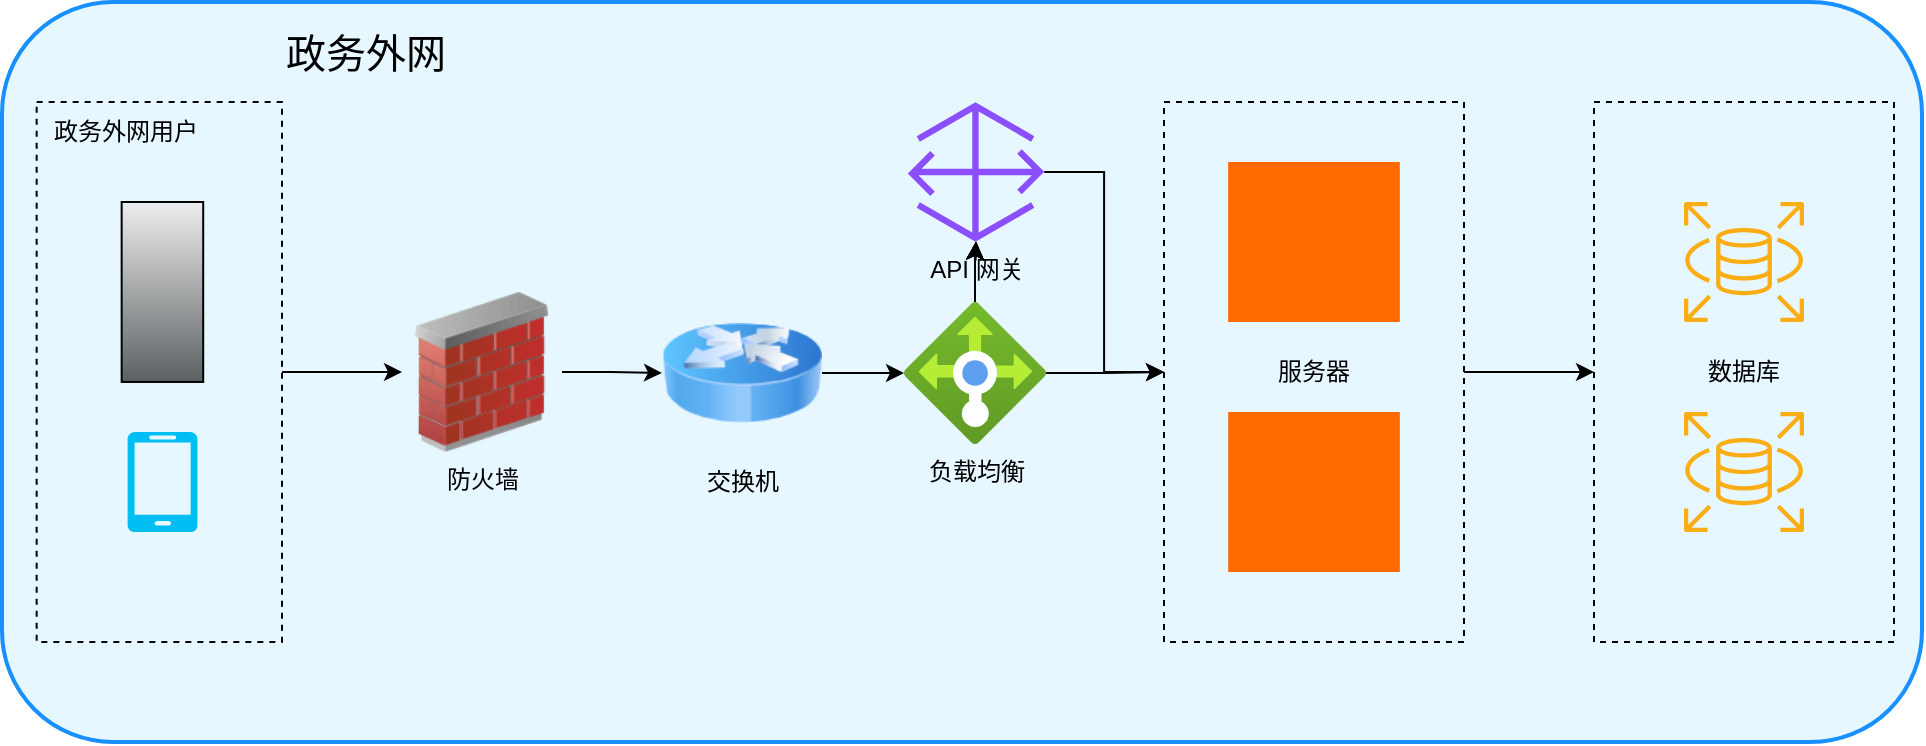
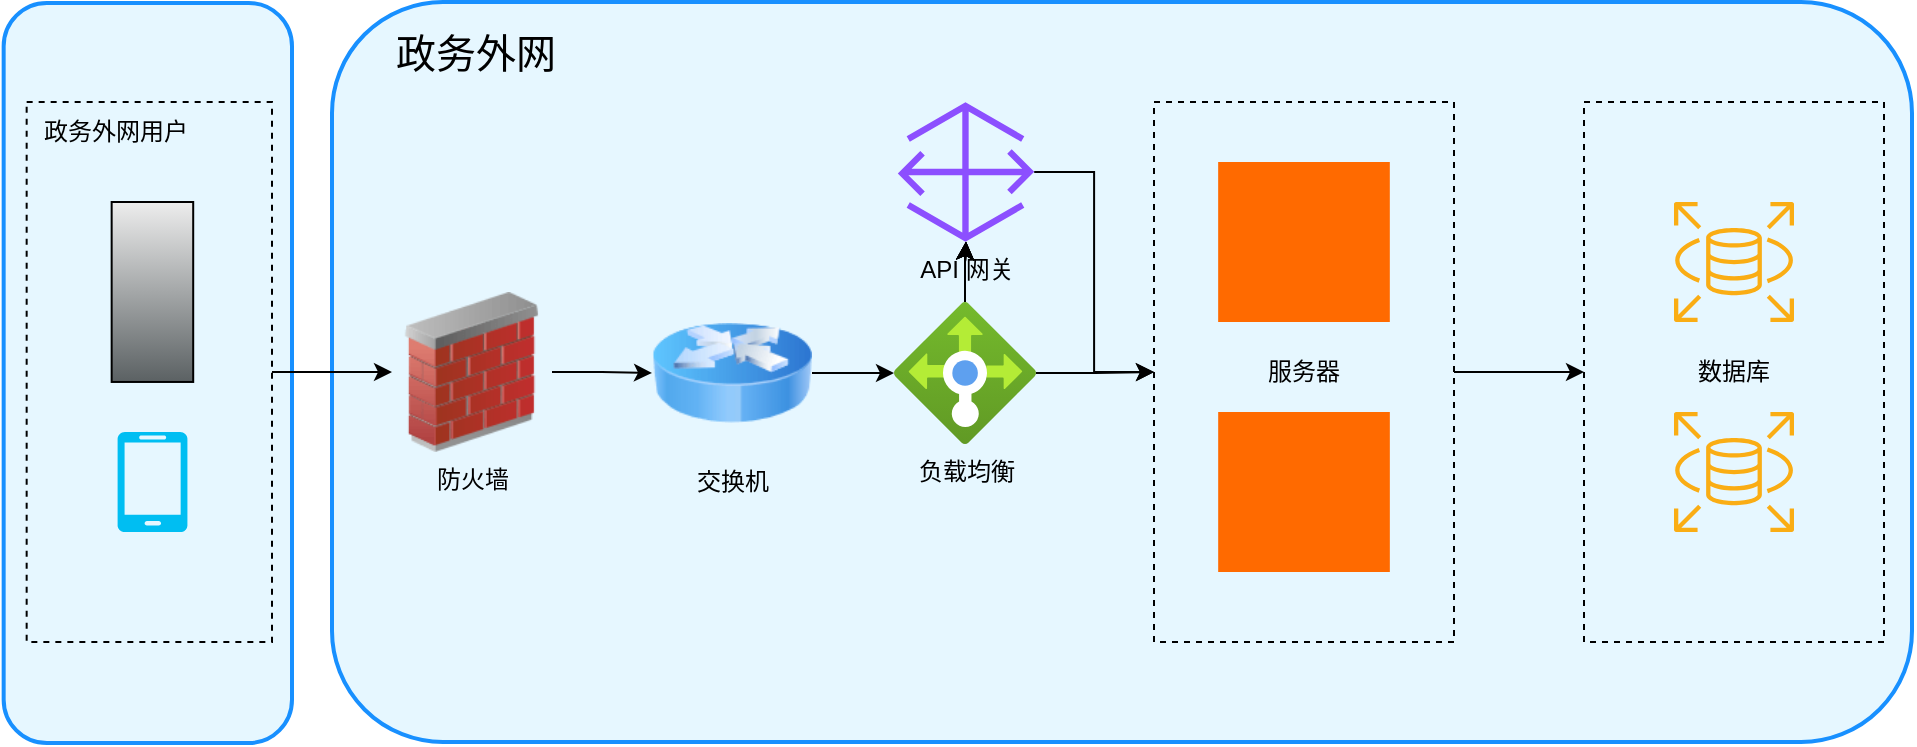
<mxfile host="app.diagrams.net">
  <diagram name="政务内网架构图" id="5ZzNL0nc71fbL6efcmwA">
-     <mxGraphModel dx="129" dy="546" grid="1" gridSize="10" guides="1" tooltips="1" connect="1" arrows="1" fold="1" page="1" pageScale="1" pageWidth="827" pageHeight="1169" math="0" shadow="0">
+     <mxGraphModel dx="129" dy="556" grid="1" gridSize="10" guides="1" tooltips="1" connect="1" arrows="1" fold="1" page="1" pageScale="1" pageWidth="827" pageHeight="1169" math="0" shadow="0">
      <root>
        <mxCell id="0" />
        <mxCell id="1" parent="0" />
+         <mxCell id="umCU5VV7zzq28CVUsTIU-33" parent="1" style="rounded=1;whiteSpace=wrap;html=1;fillColor=light-dark(#E6F7FF,#FFFFFF);strokeColor=#1890ff;strokeWidth=2;" value="" vertex="1">
+           <mxGeometry height="370" width="144.17" x="965.83" y="110.5" as="geometry" />
+         </mxCell>
        <mxCell id="umCU5VV7zzq28CVUsTIU-4" parent="1" style="rounded=1;whiteSpace=wrap;html=1;fillColor=light-dark(#E6F7FF,#FFFFFF);strokeColor=#1890ff;strokeWidth=2;" value="" vertex="1">
-           <mxGeometry height="370" width="960" x="960" y="110" as="geometry" />
+           <mxGeometry height="370" width="790" x="1130" y="110" as="geometry" />
        </mxCell>
        <mxCell id="umCU5VV7zzq28CVUsTIU-5" edge="1" parent="1" source="umCU5VV7zzq28CVUsTIU-6" style="edgeStyle=orthogonalEdgeStyle;rounded=0;orthogonalLoop=1;jettySize=auto;html=1;strokeColor=light-dark(#000000,#000000);" target="umCU5VV7zzq28CVUsTIU-7">
          <mxGeometry relative="1" as="geometry" />
        </mxCell>
        <mxCell id="umCU5VV7zzq28CVUsTIU-6" parent="1" style="rounded=0;whiteSpace=wrap;html=1;fillColor=none;strokeColor=light-dark(#000000,#000000);dashed=1;" value="&lt;font style=&quot;color: light-dark(rgb(0, 0, 0), rgb(0, 0, 0));&quot;&gt;服务器&lt;/font&gt;" vertex="1">
          <mxGeometry height="270" width="150" x="1541" y="160" as="geometry" />
        </mxCell>
        <mxCell id="umCU5VV7zzq28CVUsTIU-7" parent="1" style="rounded=0;whiteSpace=wrap;html=1;fillColor=none;strokeColor=light-dark(#000000,#000000);dashed=1;" value="&lt;font style=&quot;color: light-dark(rgb(0, 0, 0), rgb(0, 0, 0));&quot;&gt;数据库&lt;/font&gt;" vertex="1">
          <mxGeometry height="270" width="150" x="1756" y="160" as="geometry" />
        </mxCell>
        <mxCell id="umCU5VV7zzq28CVUsTIU-8" parent="1" style="shape=mxgraph.aws4.rds;html=1;strokeColor=#000000;fillColor=#faad14;" value="" vertex="1">
          <mxGeometry height="60" width="60" x="1801" y="210" as="geometry" />
        </mxCell>
        <mxCell id="umCU5VV7zzq28CVUsTIU-9" parent="1" style="shape=mxgraph.aws4.rds;html=1;strokeColor=#000000;fillColor=#faad14;" value="" vertex="1">
          <mxGeometry height="60" width="60" x="1801" y="315" as="geometry" />
        </mxCell>
        <mxCell id="umCU5VV7zzq28CVUsTIU-10" edge="1" parent="1" source="umCU5VV7zzq28CVUsTIU-11" style="edgeStyle=orthogonalEdgeStyle;rounded=0;orthogonalLoop=1;jettySize=auto;html=1;entryX=0;entryY=0.5;entryDx=0;entryDy=0;strokeColor=light-dark(#000000,#000000);" target="umCU5VV7zzq28CVUsTIU-16">
          <mxGeometry relative="1" as="geometry" />
        </mxCell>
        <mxCell id="umCU5VV7zzq28CVUsTIU-11" parent="1" style="rounded=0;whiteSpace=wrap;html=1;fillColor=none;strokeColor=light-dark(#000000,#000000);dashed=1;" value="" vertex="1">
          <mxGeometry height="270" width="122.67" x="977.3299999999999" y="160" as="geometry" />
        </mxCell>
        <mxCell id="umCU5VV7zzq28CVUsTIU-12" parent="1" style="shape=mxgraph.networks2.icon;aspect=fixed;fillColor=#EDEDED;strokeColor=#000000;gradientColor=#5B6163;network2IconShadow=1;network2bgFillColor=none;labelPosition=center;verticalLabelPosition=bottom;align=center;verticalAlign=top;network2Icon=mxgraph.networks2.desktop_pc;network2IconXOffset=-0.0034;network2IconYOffset=0.00035;network2IconW=0.453;network2IconH=0.9995;" value="" vertex="1">
          <mxGeometry height="89.98" width="40.77" x="1019.8299999999999" y="210" as="geometry" />
        </mxCell>
        <mxCell id="umCU5VV7zzq28CVUsTIU-13" parent="1" style="text;html=1;whiteSpace=wrap;strokeColor=none;fillColor=none;align=left;verticalAlign=middle;rounded=0;fontSize=20;fontColor=light-dark(#000000,#000000);" value="政务外网" vertex="1">
-           <mxGeometry height="50" width="170" x="1100" y="110" as="geometry" />
+           <mxGeometry height="50" width="170" x="1160" y="110" as="geometry" />
        </mxCell>
        <mxCell id="umCU5VV7zzq28CVUsTIU-14" parent="1" style="text;html=1;whiteSpace=wrap;strokeColor=none;fillColor=none;align=center;verticalAlign=middle;rounded=0;fontColor=light-dark(#000000,#000000);" value="政务外网用户" vertex="1">
          <mxGeometry height="30" width="90" x="977.33" y="160" as="geometry" />
        </mxCell>
        <mxCell id="umCU5VV7zzq28CVUsTIU-15" edge="1" parent="1" source="umCU5VV7zzq28CVUsTIU-16" style="edgeStyle=orthogonalEdgeStyle;rounded=0;orthogonalLoop=1;jettySize=auto;html=1;entryX=0;entryY=0.5;entryDx=0;entryDy=0;strokeColor=light-dark(#000000,#000000);" target="umCU5VV7zzq28CVUsTIU-31">
          <mxGeometry relative="1" as="geometry" />
        </mxCell>
        <mxCell id="umCU5VV7zzq28CVUsTIU-16" parent="1" style="image;html=1;image=img/lib/clip_art/networking/Firewall_02_128x128.png;labelBackgroundColor=none;" value="&lt;span style=&quot;&quot;&gt;&lt;font style=&quot;color: light-dark(rgb(0, 0, 0), rgb(0, 0, 0));&quot;&gt;防火墙&lt;/font&gt;&lt;/span&gt;" vertex="1">
          <mxGeometry height="80" width="80" x="1160" y="255" as="geometry" />
        </mxCell>
        <mxCell id="umCU5VV7zzq28CVUsTIU-17" edge="1" parent="1" source="umCU5VV7zzq28CVUsTIU-24" style="edgeStyle=orthogonalEdgeStyle;rounded=0;orthogonalLoop=1;jettySize=auto;html=1;entryX=0;entryY=0.5;entryDx=0;entryDy=0;strokeColor=light-dark(#000000,#000000);" target="umCU5VV7zzq28CVUsTIU-6">
          <mxGeometry relative="1" as="geometry" />
        </mxCell>
        <mxCell id="umCU5VV7zzq28CVUsTIU-18" edge="1" parent="1" source="umCU5VV7zzq28CVUsTIU-24" style="edgeStyle=orthogonalEdgeStyle;rounded=0;orthogonalLoop=1;jettySize=auto;html=1;" target="umCU5VV7zzq28CVUsTIU-29">
          <mxGeometry relative="1" as="geometry" />
        </mxCell>
        <mxCell id="umCU5VV7zzq28CVUsTIU-19" edge="1" parent="1" source="umCU5VV7zzq28CVUsTIU-24" style="edgeStyle=orthogonalEdgeStyle;rounded=0;orthogonalLoop=1;jettySize=auto;html=1;" target="umCU5VV7zzq28CVUsTIU-29">
          <mxGeometry relative="1" as="geometry" />
        </mxCell>
        <mxCell id="umCU5VV7zzq28CVUsTIU-20" edge="1" parent="1" source="umCU5VV7zzq28CVUsTIU-24" style="edgeStyle=orthogonalEdgeStyle;rounded=0;orthogonalLoop=1;jettySize=auto;html=1;" target="umCU5VV7zzq28CVUsTIU-29">
          <mxGeometry relative="1" as="geometry" />
        </mxCell>
        <mxCell id="umCU5VV7zzq28CVUsTIU-21" edge="1" parent="1" source="umCU5VV7zzq28CVUsTIU-24" style="edgeStyle=orthogonalEdgeStyle;rounded=0;orthogonalLoop=1;jettySize=auto;html=1;" target="umCU5VV7zzq28CVUsTIU-29">
          <mxGeometry relative="1" as="geometry" />
        </mxCell>
        <mxCell id="umCU5VV7zzq28CVUsTIU-22" edge="1" parent="1" source="umCU5VV7zzq28CVUsTIU-24" style="edgeStyle=orthogonalEdgeStyle;rounded=0;orthogonalLoop=1;jettySize=auto;html=1;" target="umCU5VV7zzq28CVUsTIU-29">
          <mxGeometry relative="1" as="geometry" />
        </mxCell>
        <mxCell id="umCU5VV7zzq28CVUsTIU-23" edge="1" parent="1" source="umCU5VV7zzq28CVUsTIU-24" style="edgeStyle=orthogonalEdgeStyle;rounded=0;orthogonalLoop=1;jettySize=auto;html=1;strokeColor=light-dark(#000000,#000000);" target="umCU5VV7zzq28CVUsTIU-29">
          <mxGeometry relative="1" as="geometry" />
        </mxCell>
        <mxCell id="umCU5VV7zzq28CVUsTIU-24" parent="1" style="image;aspect=fixed;html=1;points=[];align=center;fontSize=12;image=img/lib/azure2/networking/Load_Balancers.svg;fontColor=light-dark(#000000,#000000);labelBackgroundColor=none;" value="&lt;span style=&quot;&quot;&gt;负载&lt;/span&gt;&lt;span&gt;均衡&lt;/span&gt;" vertex="1">
          <mxGeometry height="71" width="71" x="1411" y="260" as="geometry" />
        </mxCell>
        <mxCell id="umCU5VV7zzq28CVUsTIU-25" parent="1" style="points=[];aspect=fixed;html=1;align=center;shadow=0;dashed=0;fillColor=#FF6A00;strokeColor=none;shape=mxgraph.alibaba_cloud.ecs_elastic_compute_service;" value="" vertex="1">
          <mxGeometry height="80" width="85.83" x="1573.08" y="190" as="geometry" />
        </mxCell>
        <mxCell id="umCU5VV7zzq28CVUsTIU-26" parent="1" style="points=[];aspect=fixed;html=1;align=center;shadow=0;dashed=0;fillColor=#FF6A00;strokeColor=none;shape=mxgraph.alibaba_cloud.ecs_elastic_compute_service;" value="" vertex="1">
          <mxGeometry height="80" width="85.83" x="1573.0900000000001" y="315" as="geometry" />
        </mxCell>
        <mxCell id="umCU5VV7zzq28CVUsTIU-27" parent="1" style="verticalLabelPosition=bottom;html=1;verticalAlign=top;align=center;strokeColor=none;fillColor=#00BEF2;shape=mxgraph.azure.mobile;pointerEvents=1;" value="" vertex="1">
          <mxGeometry height="50" width="35" x="1022.71" y="325" as="geometry" />
        </mxCell>
        <mxCell id="umCU5VV7zzq28CVUsTIU-28" edge="1" parent="1" source="umCU5VV7zzq28CVUsTIU-29" style="edgeStyle=orthogonalEdgeStyle;rounded=0;orthogonalLoop=1;jettySize=auto;html=1;entryX=0;entryY=0.5;entryDx=0;entryDy=0;strokeColor=light-dark(#000000,#000000);" target="umCU5VV7zzq28CVUsTIU-6">
          <mxGeometry relative="1" as="geometry" />
        </mxCell>
        <mxCell id="umCU5VV7zzq28CVUsTIU-29" parent="1" style="sketch=0;outlineConnect=0;fontColor=#232F3E;gradientColor=none;fillColor=#8C4FFF;strokeColor=none;dashed=0;verticalLabelPosition=bottom;verticalAlign=top;align=center;html=1;fontSize=12;fontStyle=0;aspect=fixed;pointerEvents=1;shape=mxgraph.aws4.gateway;" value="&lt;font style=&quot;color: light-dark(rgb(0, 0, 0), rgb(0, 0, 0));&quot;&gt;API 网关&lt;/font&gt;" vertex="1">
          <mxGeometry height="70" width="68.2" x="1412.8999999999999" y="160" as="geometry" />
        </mxCell>
        <mxCell id="umCU5VV7zzq28CVUsTIU-30" edge="1" parent="1" source="umCU5VV7zzq28CVUsTIU-31" style="edgeStyle=orthogonalEdgeStyle;rounded=0;orthogonalLoop=1;jettySize=auto;html=1;strokeColor=light-dark(#000000,#000000);" target="umCU5VV7zzq28CVUsTIU-24">
          <mxGeometry relative="1" as="geometry" />
        </mxCell>
        <mxCell id="umCU5VV7zzq28CVUsTIU-31" parent="1" style="image;html=1;image=img/lib/clip_art/networking/Router_Icon_128x128.png;labelBackgroundColor=none;fontColor=light-dark(#000000,#000000);" value="交换机" vertex="1">
          <mxGeometry height="80" width="80" x="1290" y="255.5" as="geometry" />
        </mxCell>
      </root>
    </mxGraphModel>
  </diagram>
</mxfile>
